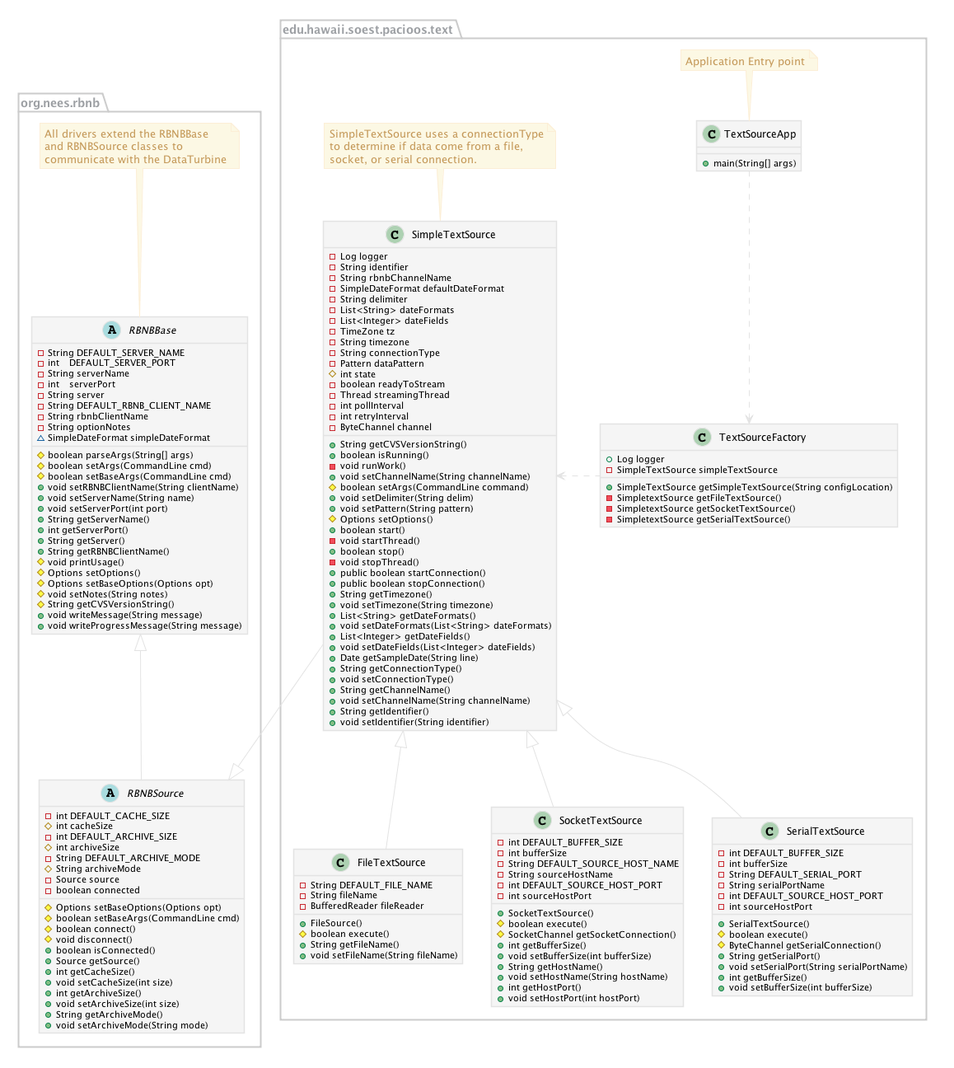
csjx/realtime-data keeps this PlantUML diagram as docs/dev/design/rbnb-drivers-class-diagram.png. Above is the earlier version.
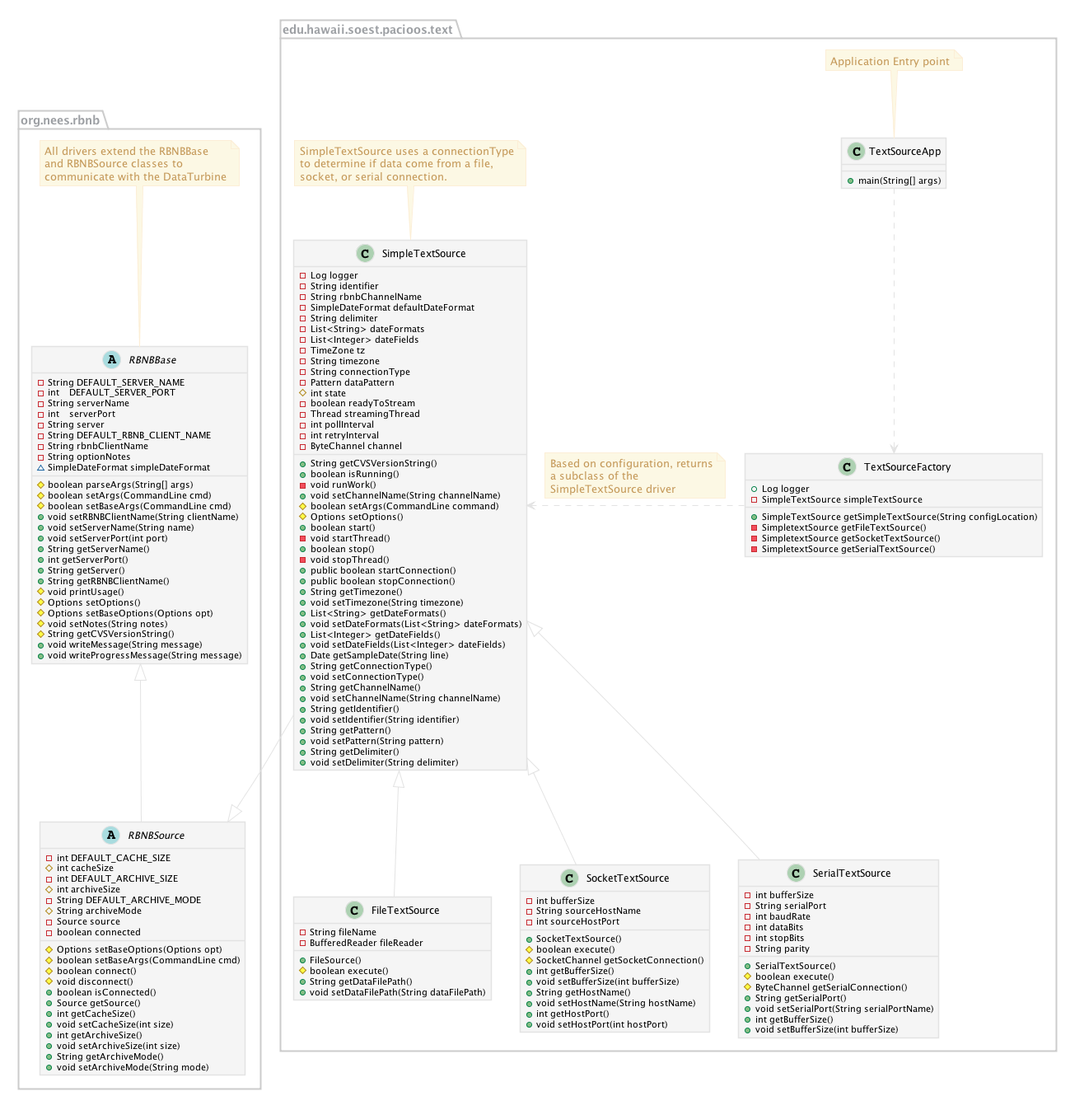
Above is the later version.

Commit message:
Update the design diagram to reflect changes in the SimpleTextSource class and subclasses. Mostly added in getters and setters that were missing for certain private fields.

Diff of the diagram source:
```diff
@@ -142,8 +142,6 @@
     -void runWork()
     +void setChannelName(String channelName)
     #boolean setArgs(CommandLine command)
-    +void setDelimiter(String delim)
-    +void setPattern(String pattern)
     #Options setOptions()
     +boolean start()
     -void startThread()
@@ -164,27 +162,27 @@
     +void setChannelName(String channelName)
     +String getIdentifier()
     +void setIdentifier(String identifier)
+    +String getPattern()
+    +void setPattern(String pattern)
+    +String getDelimiter()
+    +void setDelimiter(String delimiter)
   }
 
   class FileTextSource {
 
-    -String DEFAULT_FILE_NAME
     -String fileName
     -BufferedReader fileReader
 
     +FileSource()
     #boolean execute()
-    +String getFileName()
-    +void setFileName(String fileName)
+    +String getDataFilePath()
+    +void setDataFilePath(String dataFilePath)
 
   }
 
   class SocketTextSource {
-    -int DEFAULT_BUFFER_SIZE
     -int bufferSize
-    -String DEFAULT_SOURCE_HOST_NAME
     -String sourceHostName
-    -int DEFAULT_SOURCE_HOST_PORT
     -int sourceHostPort
     +SocketTextSource()
     #boolean execute()
@@ -198,12 +196,12 @@
   }
 
   class SerialTextSource {
-    -int DEFAULT_BUFFER_SIZE
     -int bufferSize
-    -String DEFAULT_SERIAL_PORT
-    -String serialPortName
-    -int DEFAULT_SOURCE_HOST_PORT
-    -int sourceHostPort
+    -String serialPort
+    -int baudRate
+    -int dataBits
+    -int stopBits
+    -String parity
     +SerialTextSource()
     #boolean execute()
     #ByteChannel getSerialConnection()
@@ -216,6 +214,13 @@
 
 SimpleTextSource -r|> RBNBSource
 TextSourceFactory .l> SimpleTextSource
+note on link
+    Based on configuration, returns
+    a subclass of the
+    SimpleTextSource driver
+end note
+
+
 SimpleTextSource <|-- FileTextSource
 SimpleTextSource <|-- SocketTextSource
 SimpleTextSource <|-- SerialTextSource
```
